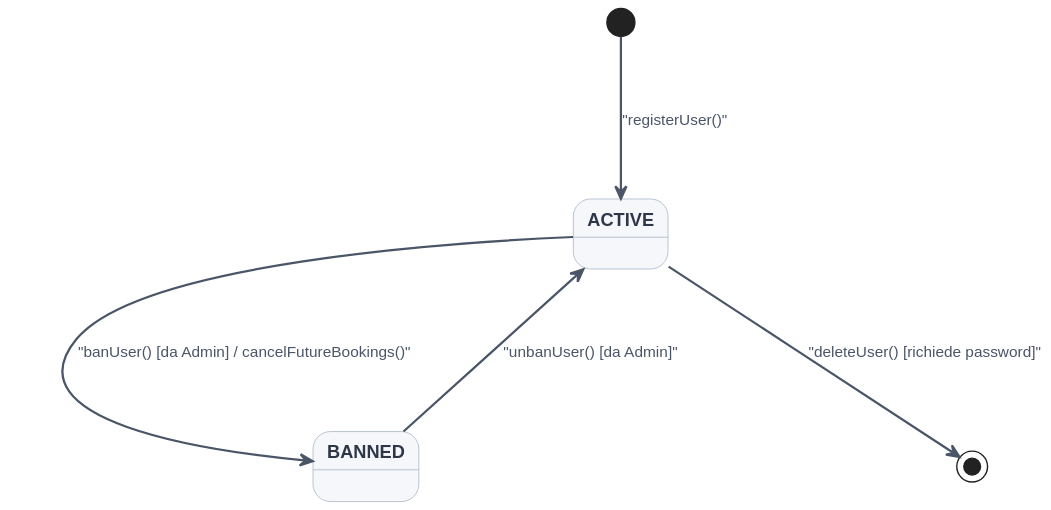
Above: docs/diagrams/states/state-account.svg in MeruemMeurel/Venue_Event_Organiser (PlantUML), before the change. Its diagram source:
```plantuml
@startuml
skinparam style strictuml
skinparam shadowing false
skinparam DefaultFontName "Helvetica"
skinparam DefaultFontSize 12

skinparam state {
    BackgroundColor #F5F7FA
    BorderColor #A0AEC0
    FontColor #2D3748
    FontSize 13
    FontStyle bold

    ArrowColor #4A5568
    ArrowThickness 1.6
    ArrowFontColor #4A5568
    ArrowFontSize 11
}

skinparam ranksep 100
skinparam nodesep 120

[*] --> ACTIVE : "registerUser()"

ACTIVE --> BANNED : "banUser() [da Admin] / cancelFutureBookings()"
BANNED --> ACTIVE : "unbanUser() [da Admin]"

ACTIVE --> [*] : "deleteUser() [richiede password]"
@endum
```
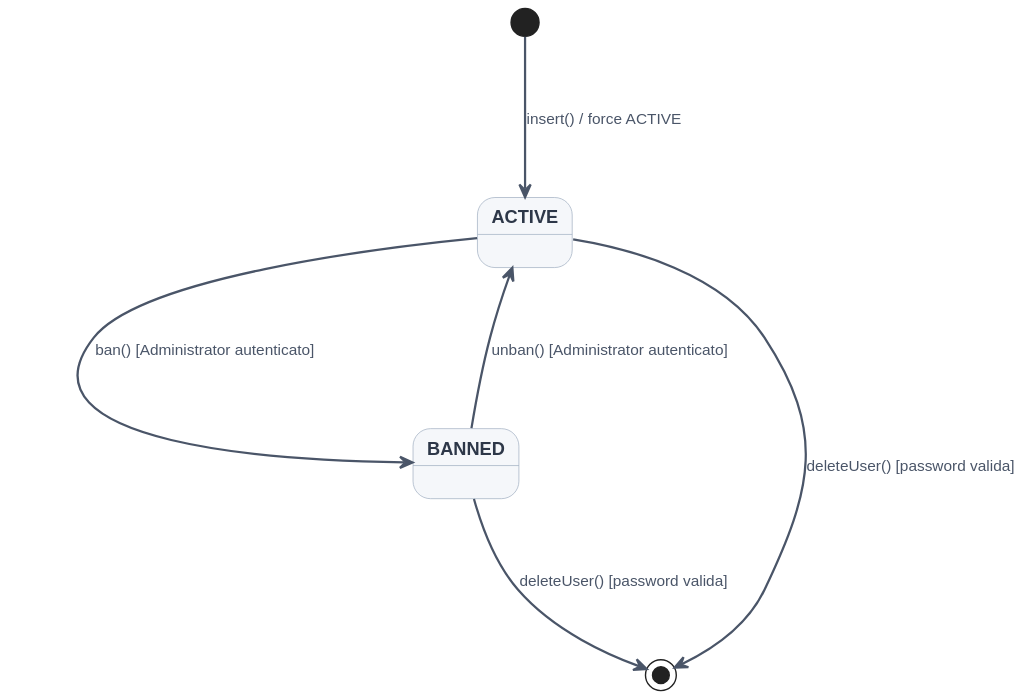
The same file after the commit.

Commit message:
docs: correct lifecycle state machines

Change to the diagram source:
```diff
@@ -20,10 +20,11 @@
 skinparam ranksep 100
 skinparam nodesep 120
 
-[*] --> ACTIVE : "registerUser()"
+[*] --> ACTIVE : insert() / force ACTIVE
 
-ACTIVE --> BANNED : "banUser() [da Admin] / cancelFutureBookings()"
-BANNED --> ACTIVE : "unbanUser() [da Admin]"
+ACTIVE --> BANNED : ban() [Administrator autenticato]
+BANNED --> ACTIVE : unban() [Administrator autenticato]
 
-ACTIVE --> [*] : "deleteUser() [richiede password]"
+ACTIVE --> [*] : deleteUser() [password valida]
+BANNED --> [*] : deleteUser() [password valida]
 @endum
```
